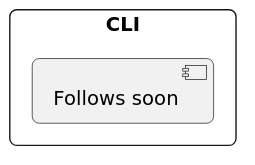
The PlantUML diagram docs/architecture/images/05_level-2-cli.svg in FraunhoferISST/Innamark, before a commit. Its diagram source:
```plantuml
@startuml
!include style.puml

rectangle "CLI" as system {
    component "Follows soon"
}
@enduml
```
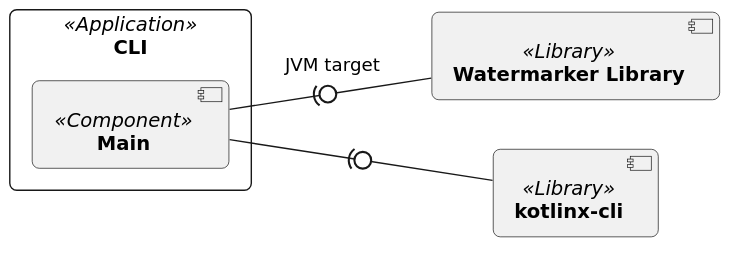
The same file after the commit.

The edit, as a diff of the source:
```diff
@@ -1,7 +1,13 @@
 @startuml
 !include style.puml
 
-rectangle "CLI" as system {
-    component "Follows soon"
+rectangle "**CLI**" <<Application>> as system {
+    component "**Main**" <<Component>> as app
 }
+
+component "**Watermarker Library**" <<Library>> as watermarkerlib
+component "**kotlinx-cli**" <<Library>> as clilib
+
+app -(0- watermarkerlib : JVM target
+app -(0- clilib
 @enduml
```
